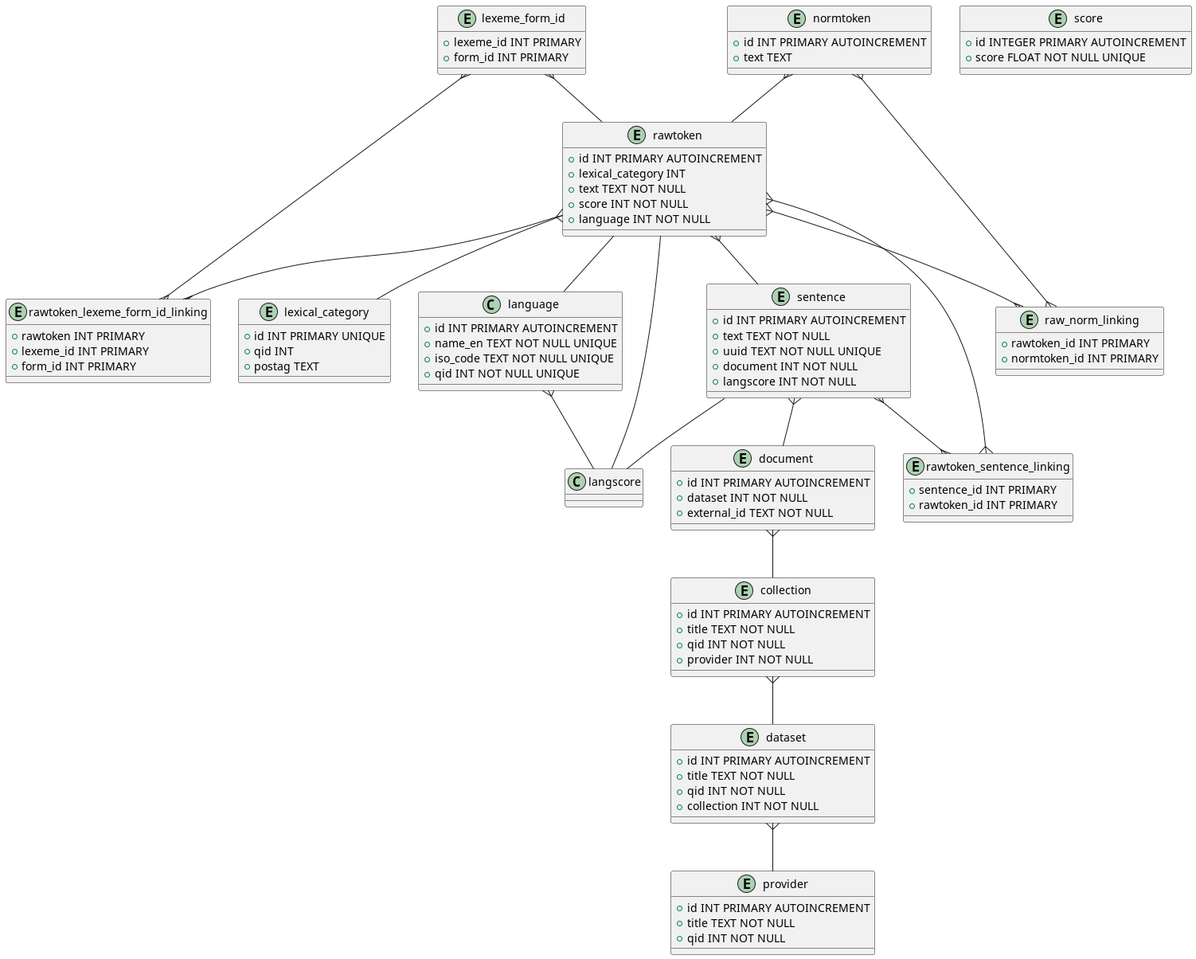
Earlier version of the PlantUML export diagrams/datamodel.png (dpriskorn/riksdagen_sentences).
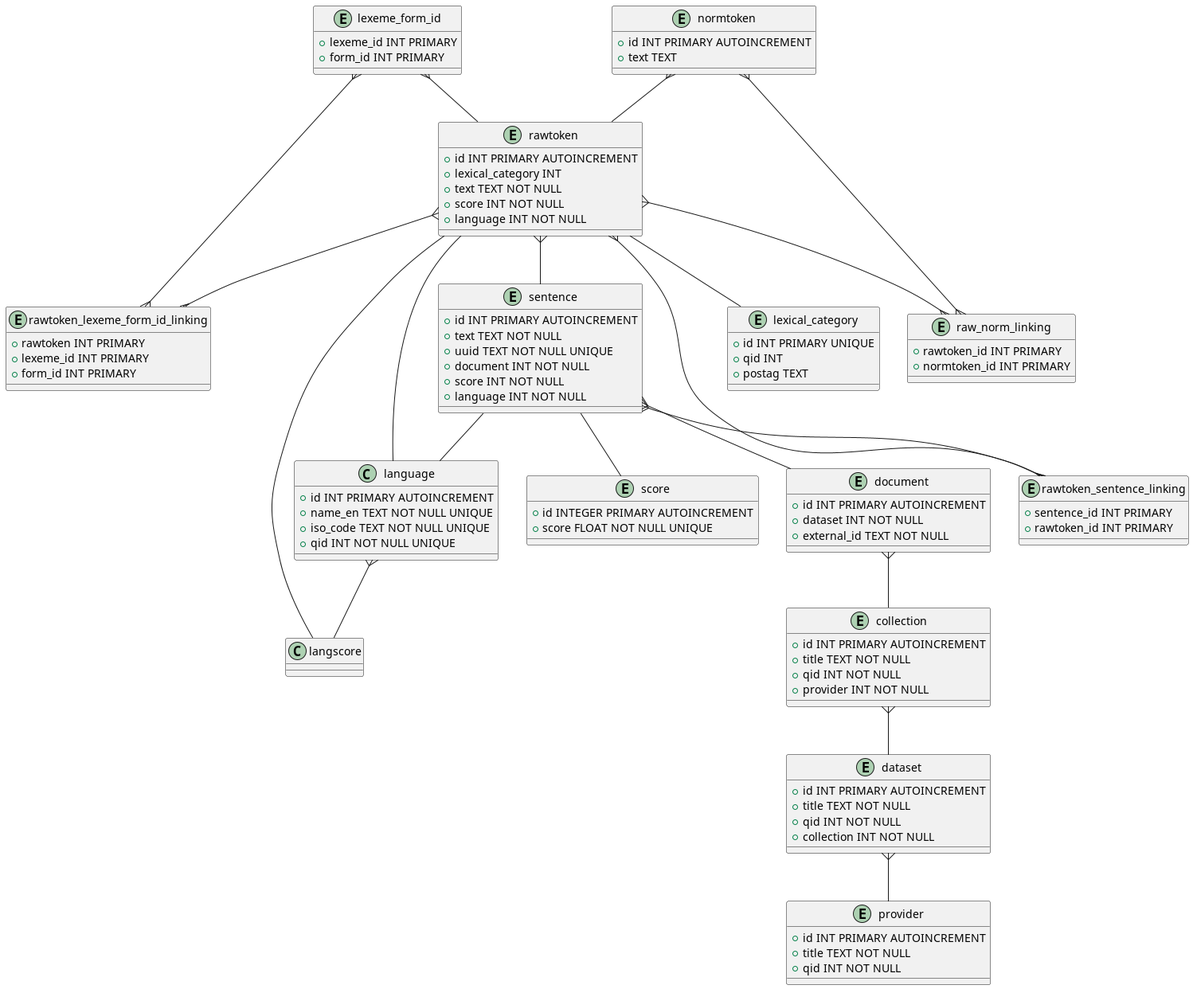
After the commit.

The edit, as a diff of the source:
```diff
@@ -42,7 +42,8 @@
     + text TEXT NOT NULL
     + uuid TEXT NOT NULL UNIQUE
     + document INT NOT NULL
-    + langscore INT NOT NULL
+    + score INT NOT NULL
+    + language INT NOT NULL
 }
 
 entity rawtoken_sentence_linking {
@@ -94,7 +95,8 @@
 dataset }-- provider
 language }-- langscore
 
-sentence -- langscore
+sentence -- score
+sentence -- language
 rawtoken -- lexical_category
 rawtoken -- langscore
 rawtoken -- language
```
